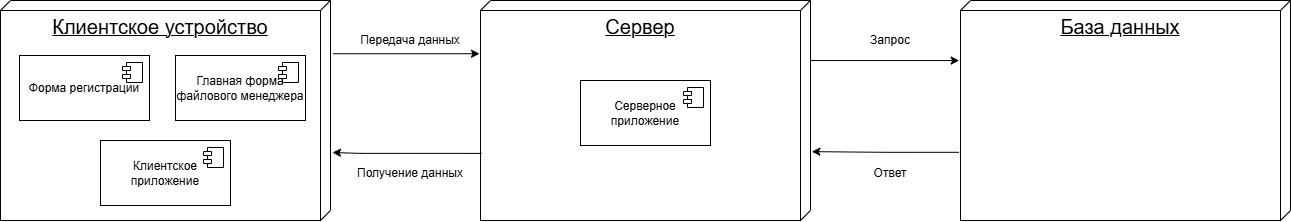
Earlier version of the draw.io export Java/Coursework/Report/UML/UML Диаграмма развертывания.png (Ali12525/Studies). Source tidied: cells renumbered, new cells last; positions are measured from the earlier drawing's top-left corner, leaving out a move shared by most shapes. Source of this version:
```xml
<mxGraphModel>
  <root>
    <mxCell id="0" />
    <mxCell id="1" parent="0" />
    <mxCell id="2" value="&lt;font style=&quot;font-size: 20px;&quot;&gt;Клиентское устройство&lt;/font&gt;" style="verticalAlign=top;align=center;spacingTop=8;spacingLeft=2;spacingRight=12;shape=cube;size=10;direction=south;fontStyle=4;html=1;whiteSpace=wrap;" parent="1" vertex="1">
      <mxGeometry width="330" height="220" as="geometry" />
    </mxCell>
    <mxCell id="3" value="&lt;font style=&quot;font-size: 20px;&quot;&gt;Сервер&lt;/font&gt;" style="verticalAlign=top;align=center;spacingTop=8;spacingLeft=2;spacingRight=12;shape=cube;size=10;direction=south;fontStyle=4;html=1;whiteSpace=wrap;" parent="1" vertex="1">
      <mxGeometry x="480" width="330" height="220" as="geometry" />
    </mxCell>
    <mxCell id="4" value="&lt;font style=&quot;font-size: 20px;&quot;&gt;База данных&lt;/font&gt;" style="verticalAlign=top;align=center;spacingTop=8;spacingLeft=2;spacingRight=12;shape=cube;size=10;direction=south;fontStyle=4;html=1;whiteSpace=wrap;" parent="1" vertex="1">
      <mxGeometry x="960" width="330" height="220" as="geometry" />
    </mxCell>
    <mxCell id="5" value="Форма регистрации" style="html=1;whiteSpace=wrap;" parent="1" vertex="1">
      <mxGeometry x="19" y="55" width="130" height="65" as="geometry" />
    </mxCell>
    <mxCell id="6" style="shape=module;jettyWidth=8;jettyHeight=4;" parent="5" vertex="1">
      <mxGeometry x="1" width="20" height="20" relative="1" as="geometry">
        <mxPoint x="-27" y="7" as="offset" />
      </mxGeometry>
    </mxCell>
    <mxCell id="7" value="Главная форма файлового менеджера" style="html=1;whiteSpace=wrap;" parent="1" vertex="1">
      <mxGeometry x="175" y="55" width="130" height="65" as="geometry" />
    </mxCell>
    <mxCell id="8" style="shape=module;jettyWidth=8;jettyHeight=4;" parent="7" vertex="1">
      <mxGeometry x="1" width="20" height="20" relative="1" as="geometry">
        <mxPoint x="-27" y="7" as="offset" />
      </mxGeometry>
    </mxCell>
    <mxCell id="9" value="Клиентское приложение" style="html=1;whiteSpace=wrap;" parent="1" vertex="1">
      <mxGeometry x="100" y="140" width="130" height="65" as="geometry" />
    </mxCell>
    <mxCell id="10" style="shape=module;jettyWidth=8;jettyHeight=4;" parent="9" vertex="1">
      <mxGeometry x="1" width="20" height="20" relative="1" as="geometry">
        <mxPoint x="-27" y="7" as="offset" />
      </mxGeometry>
    </mxCell>
    <mxCell id="11" value="Серверное приложение" style="html=1;whiteSpace=wrap;" parent="1" vertex="1">
      <mxGeometry x="580" y="80" width="130" height="65" as="geometry" />
    </mxCell>
    <mxCell id="12" style="shape=module;jettyWidth=8;jettyHeight=4;" parent="11" vertex="1">
      <mxGeometry x="1" width="20" height="20" relative="1" as="geometry">
        <mxPoint x="-27" y="7" as="offset" />
      </mxGeometry>
    </mxCell>
    <mxCell id="13" style="edgeStyle=orthogonalEdgeStyle;rounded=0;jettySize=auto;html=1;entryX=0.687;entryY=-0.004;entryDx=0;entryDy=0;entryPerimeter=0;exitX=0.69;exitY=1.005;exitDx=0;exitDy=0;exitPerimeter=0;" parent="1" edge="1" source="4" target="3">
      <mxGeometry relative="1" as="geometry" />
    </mxCell>
    <mxCell id="14" style="edgeStyle=orthogonalEdgeStyle;rounded=0;jettySize=auto;html=1;entryX=0.273;entryY=1.004;entryDx=0;entryDy=0;entryPerimeter=0;exitX=0.273;exitY=-0.001;exitDx=0;exitDy=0;exitPerimeter=0;" parent="1" edge="1" source="3" target="4">
      <mxGeometry relative="1" as="geometry" />
    </mxCell>
    <mxCell id="15" value="Передача данных" style="text;html=1;align=center;verticalAlign=middle;whiteSpace=wrap;rounded=0;" parent="1" vertex="1">
      <mxGeometry x="355" y="25" width="110" height="30" as="geometry" />
    </mxCell>
    <mxCell id="16" value="Получение данных" style="text;html=1;align=center;verticalAlign=middle;whiteSpace=wrap;rounded=0;" parent="1" vertex="1">
      <mxGeometry x="355" y="157.5" width="110" height="30" as="geometry" />
    </mxCell>
    <mxCell id="17" value="Запрос" style="text;html=1;align=center;verticalAlign=middle;whiteSpace=wrap;rounded=0;" parent="1" vertex="1">
      <mxGeometry x="860" y="25" width="60" height="30" as="geometry" />
    </mxCell>
    <mxCell id="18" value="Ответ" style="text;html=1;align=center;verticalAlign=middle;whiteSpace=wrap;rounded=0;" parent="1" vertex="1">
      <mxGeometry x="860" y="157.5" width="60" height="30" as="geometry" />
    </mxCell>
    <mxCell id="19" style="edgeStyle=orthogonalEdgeStyle;rounded=0;jettySize=auto;html=1;exitX=0.242;exitY=-0.008;exitDx=0;exitDy=0;exitPerimeter=0;entryX=0.242;entryY=1.003;entryDx=0;entryDy=0;entryPerimeter=0;" parent="1" edge="1" source="2" target="3">
      <mxGeometry relative="1" as="geometry" />
    </mxCell>
    <mxCell id="20" style="edgeStyle=orthogonalEdgeStyle;rounded=0;jettySize=auto;html=1;entryX=0.691;entryY=-0.006;entryDx=0;entryDy=0;entryPerimeter=0;exitX=0.695;exitY=0.997;exitDx=0;exitDy=0;exitPerimeter=0;" parent="1" edge="1" source="3" target="2">
      <mxGeometry relative="1" as="geometry">
        <Array as="points">
          <mxPoint x="360" y="153" />
        </Array>
      </mxGeometry>
    </mxCell>
  </root>
</mxGraphModel>
```
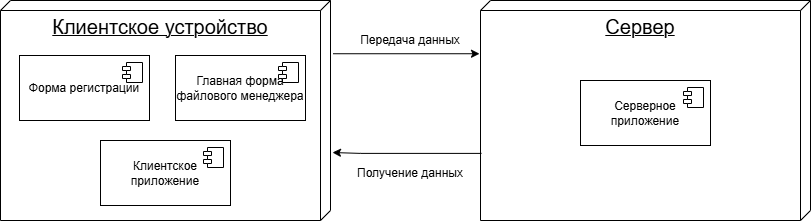
Later version of the same file.

Commit message:
Java coursework report upd

The edit, as a diff of the source:
```diff
@@ -8,9 +8,6 @@
     <mxCell id="3" value="&lt;font style=&quot;font-size: 20px;&quot;&gt;Сервер&lt;/font&gt;" style="verticalAlign=top;align=center;spacingTop=8;spacingLeft=2;spacingRight=12;shape=cube;size=10;direction=south;fontStyle=4;html=1;whiteSpace=wrap;" parent="1" vertex="1">
       <mxGeometry x="480" width="330" height="220" as="geometry" />
     </mxCell>
-    <mxCell id="4" value="&lt;font style=&quot;font-size: 20px;&quot;&gt;База данных&lt;/font&gt;" style="verticalAlign=top;align=center;spacingTop=8;spacingLeft=2;spacingRight=12;shape=cube;size=10;direction=south;fontStyle=4;html=1;whiteSpace=wrap;" parent="1" vertex="1">
-      <mxGeometry x="960" width="330" height="220" as="geometry" />
-    </mxCell>
     <mxCell id="5" value="Форма регистрации" style="html=1;whiteSpace=wrap;" parent="1" vertex="1">
       <mxGeometry x="19" y="55" width="130" height="65" as="geometry" />
     </mxCell>
@@ -43,24 +40,12 @@
         <mxPoint x="-27" y="7" as="offset" />
       </mxGeometry>
     </mxCell>
-    <mxCell id="13" style="edgeStyle=orthogonalEdgeStyle;rounded=0;jettySize=auto;html=1;entryX=0.687;entryY=-0.004;entryDx=0;entryDy=0;entryPerimeter=0;exitX=0.69;exitY=1.005;exitDx=0;exitDy=0;exitPerimeter=0;" parent="1" edge="1" source="4" target="3">
-      <mxGeometry relative="1" as="geometry" />
-    </mxCell>
-    <mxCell id="14" style="edgeStyle=orthogonalEdgeStyle;rounded=0;jettySize=auto;html=1;entryX=0.273;entryY=1.004;entryDx=0;entryDy=0;entryPerimeter=0;exitX=0.273;exitY=-0.001;exitDx=0;exitDy=0;exitPerimeter=0;" parent="1" edge="1" source="3" target="4">
-      <mxGeometry relative="1" as="geometry" />
-    </mxCell>
     <mxCell id="15" value="Передача данных" style="text;html=1;align=center;verticalAlign=middle;whiteSpace=wrap;rounded=0;" parent="1" vertex="1">
       <mxGeometry x="355" y="25" width="110" height="30" as="geometry" />
     </mxCell>
     <mxCell id="16" value="Получение данных" style="text;html=1;align=center;verticalAlign=middle;whiteSpace=wrap;rounded=0;" parent="1" vertex="1">
       <mxGeometry x="355" y="157.5" width="110" height="30" as="geometry" />
     </mxCell>
-    <mxCell id="17" value="Запрос" style="text;html=1;align=center;verticalAlign=middle;whiteSpace=wrap;rounded=0;" parent="1" vertex="1">
-      <mxGeometry x="860" y="25" width="60" height="30" as="geometry" />
-    </mxCell>
-    <mxCell id="18" value="Ответ" style="text;html=1;align=center;verticalAlign=middle;whiteSpace=wrap;rounded=0;" parent="1" vertex="1">
-      <mxGeometry x="860" y="157.5" width="60" height="30" as="geometry" />
-    </mxCell>
     <mxCell id="19" style="edgeStyle=orthogonalEdgeStyle;rounded=0;jettySize=auto;html=1;exitX=0.242;exitY=-0.008;exitDx=0;exitDy=0;exitPerimeter=0;entryX=0.242;entryY=1.003;entryDx=0;entryDy=0;entryPerimeter=0;" parent="1" edge="1" source="2" target="3">
       <mxGeometry relative="1" as="geometry" />
     </mxCell>
```
